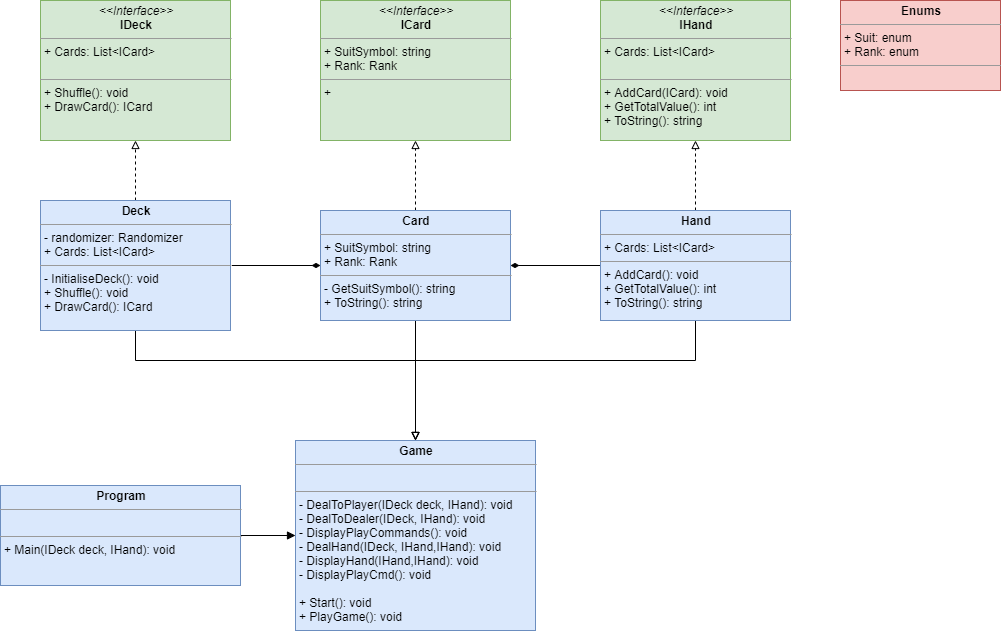
Before: blackjack.png, a diagram exported from draw.io (vssGithub/demo-game). Source tidied: cells renumbered, new cells last; positions are measured from the earlier drawing's top-left corner, leaving out a move shared by most shapes. The source it was exported from:
```xml
<mxGraphModel>
  <root>
    <mxCell id="0" />
    <mxCell id="1" parent="0" />
    <mxCell id="2" value="&lt;p style=&quot;margin: 0px ; margin-top: 4px ; text-align: center&quot;&gt;&lt;i&gt;&amp;lt;&amp;lt;Interface&amp;gt;&amp;gt;&lt;/i&gt;&lt;br&gt;&lt;b&gt;ICard&lt;/b&gt;&lt;br&gt;&lt;/p&gt;&lt;hr size=&quot;1&quot;&gt;&lt;p style=&quot;margin: 0px ; margin-left: 4px&quot;&gt;+ SuitSymbol: string&lt;br&gt;+ Rank: Rank&lt;/p&gt;&lt;hr size=&quot;1&quot;&gt;&lt;p style=&quot;margin: 0px ; margin-left: 4px&quot;&gt;+&lt;/p&gt;" style="verticalAlign=top;align=left;overflow=fill;fontSize=12;fontFamily=Helvetica;html=1;fillColor=#d5e8d4;strokeColor=#82b366;" parent="1" vertex="1">
      <mxGeometry x="320" width="190" height="140" as="geometry" />
    </mxCell>
    <mxCell id="3" value="&lt;p style=&quot;margin: 0px ; margin-top: 4px ; text-align: center&quot;&gt;&lt;i&gt;&amp;lt;&amp;lt;Interface&amp;gt;&amp;gt;&lt;/i&gt;&lt;br&gt;&lt;b&gt;IDeck&lt;/b&gt;&lt;br&gt;&lt;/p&gt;&lt;hr size=&quot;1&quot;&gt;&lt;p style=&quot;margin: 0px ; margin-left: 4px&quot;&gt;+ Cards: List&amp;lt;ICard&amp;gt;&lt;br&gt;&lt;br&gt;&lt;/p&gt;&lt;hr size=&quot;1&quot;&gt;&lt;p style=&quot;margin: 0px ; margin-left: 4px&quot;&gt;+ Shuffle(): void&lt;br&gt;+ DrawCard(): ICard&lt;/p&gt;" style="verticalAlign=top;align=left;overflow=fill;fontSize=12;fontFamily=Helvetica;html=1;fillColor=#d5e8d4;strokeColor=#82b366;" parent="1" vertex="1">
      <mxGeometry x="40" width="190" height="140" as="geometry" />
    </mxCell>
    <mxCell id="4" value="&lt;p style=&quot;margin: 0px ; margin-top: 4px ; text-align: center&quot;&gt;&lt;i&gt;&amp;lt;&amp;lt;Interface&amp;gt;&amp;gt;&lt;/i&gt;&lt;br&gt;&lt;b&gt;IHand&lt;/b&gt;&lt;br&gt;&lt;/p&gt;&lt;hr size=&quot;1&quot;&gt;&lt;p style=&quot;margin: 0px ; margin-left: 4px&quot;&gt;+ Cards: List&amp;lt;ICard&amp;gt;&lt;br&gt;&lt;br&gt;&lt;/p&gt;&lt;hr size=&quot;1&quot;&gt;&lt;p style=&quot;margin: 0px ; margin-left: 4px&quot;&gt;+ AddCard(ICard): void&lt;br&gt;+ GetTotalValue(): int&lt;/p&gt;&lt;p style=&quot;margin: 0px ; margin-left: 4px&quot;&gt;+ ToString(): string&lt;br&gt;&lt;/p&gt;" style="verticalAlign=top;align=left;overflow=fill;fontSize=12;fontFamily=Helvetica;html=1;fillColor=#d5e8d4;strokeColor=#82b366;" parent="1" vertex="1">
      <mxGeometry x="600" width="190" height="140" as="geometry" />
    </mxCell>
    <mxCell id="5" value="&lt;p style=&quot;margin: 0px ; margin-top: 4px ; text-align: center&quot;&gt;&lt;b&gt;Enums&lt;/b&gt;&lt;br&gt;&lt;/p&gt;&lt;hr size=&quot;1&quot;&gt;&lt;p style=&quot;margin: 0px ; margin-left: 4px&quot;&gt;+ Suit: enum&lt;/p&gt;&lt;p style=&quot;margin: 0px ; margin-left: 4px&quot;&gt;+ Rank: enum&lt;br&gt;&lt;/p&gt;&lt;hr size=&quot;1&quot;&gt;&lt;p style=&quot;margin: 0px ; margin-left: 4px&quot;&gt;&lt;br&gt;&lt;/p&gt;" style="verticalAlign=top;align=left;overflow=fill;fontSize=12;fontFamily=Helvetica;html=1;fillColor=#f8cecc;strokeColor=#b85450;" parent="1" vertex="1">
      <mxGeometry x="840" width="160" height="90" as="geometry" />
    </mxCell>
    <mxCell id="6" style="edgeStyle=orthogonalEdgeStyle;rounded=0;jettySize=auto;html=1;entryX=0.5;entryY=1;entryDx=0;entryDy=0;dashed=1;endArrow=block;endFill=0;" parent="1" edge="1" source="8" target="2">
      <mxGeometry relative="1" as="geometry" />
    </mxCell>
    <mxCell id="7" style="edgeStyle=orthogonalEdgeStyle;rounded=0;jettySize=auto;html=1;entryX=0.5;entryY=0;entryDx=0;entryDy=0;endArrow=block;endFill=0;strokeWidth=1;" parent="1" edge="1" source="8" target="17">
      <mxGeometry relative="1" as="geometry" />
    </mxCell>
    <mxCell id="8" value="&lt;p style=&quot;margin: 0px ; margin-top: 4px ; text-align: center&quot;&gt;&lt;b&gt;Card&lt;/b&gt;&lt;br&gt;&lt;/p&gt;&lt;hr size=&quot;1&quot;&gt;&lt;p style=&quot;margin: 0px ; margin-left: 4px&quot;&gt;+ SuitSymbol: string&lt;br&gt;+ Rank: Rank&lt;/p&gt;&lt;hr size=&quot;1&quot;&gt;&lt;p style=&quot;margin: 0px ; margin-left: 4px&quot;&gt;- GetSuitSymbol(): string&lt;/p&gt;&lt;p style=&quot;margin: 0px ; margin-left: 4px&quot;&gt;+ ToString(): string&lt;br&gt;&lt;/p&gt;" style="verticalAlign=top;align=left;overflow=fill;fontSize=12;fontFamily=Helvetica;html=1;fillColor=#dae8fc;strokeColor=#6c8ebf;" parent="1" vertex="1">
      <mxGeometry x="320" y="210" width="190" height="110" as="geometry" />
    </mxCell>
    <mxCell id="9" style="edgeStyle=orthogonalEdgeStyle;rounded=0;jettySize=auto;html=1;entryX=0.5;entryY=1;entryDx=0;entryDy=0;dashed=1;endArrow=block;endFill=0;" parent="1" edge="1" source="12" target="3">
      <mxGeometry relative="1" as="geometry" />
    </mxCell>
    <mxCell id="10" style="edgeStyle=orthogonalEdgeStyle;rounded=0;jettySize=auto;html=1;entryX=0;entryY=0.5;entryDx=0;entryDy=0;endArrow=diamondThin;endFill=1;" parent="1" edge="1" source="12" target="8">
      <mxGeometry relative="1" as="geometry" />
    </mxCell>
    <mxCell id="11" style="edgeStyle=orthogonalEdgeStyle;rounded=0;jettySize=auto;html=1;entryX=0.5;entryY=0;entryDx=0;entryDy=0;endArrow=block;endFill=0;strokeWidth=1;" parent="1" edge="1" source="12" target="17">
      <mxGeometry relative="1" as="geometry">
        <Array as="points">
          <mxPoint x="135" y="360" />
          <mxPoint x="415" y="360" />
        </Array>
      </mxGeometry>
    </mxCell>
    <mxCell id="12" value="&lt;p style=&quot;margin: 0px ; margin-top: 4px ; text-align: center&quot;&gt;&lt;b&gt;Deck&lt;/b&gt;&lt;br&gt;&lt;/p&gt;&lt;hr size=&quot;1&quot;&gt;&lt;p style=&quot;margin: 0px ; margin-left: 4px&quot;&gt;- randomizer: Randomizer&lt;br&gt;+ Cards: List&amp;lt;ICard&amp;gt;&lt;br&gt;&lt;/p&gt;&lt;hr size=&quot;1&quot;&gt;&lt;p style=&quot;margin: 0px ; margin-left: 4px&quot;&gt;- InitialiseDeck(): void&lt;/p&gt;&lt;p style=&quot;margin: 0px ; margin-left: 4px&quot;&gt;+ Shuffle(): void&lt;br&gt;&lt;/p&gt;&lt;p style=&quot;margin: 0px ; margin-left: 4px&quot;&gt;+ DrawCard(): ICard&lt;br&gt;&lt;/p&gt;" style="verticalAlign=top;align=left;overflow=fill;fontSize=12;fontFamily=Helvetica;html=1;fillColor=#dae8fc;strokeColor=#6c8ebf;" parent="1" vertex="1">
      <mxGeometry x="40" y="200" width="190" height="130" as="geometry" />
    </mxCell>
    <mxCell id="13" style="edgeStyle=orthogonalEdgeStyle;rounded=0;jettySize=auto;html=1;entryX=0.5;entryY=1;entryDx=0;entryDy=0;dashed=1;endArrow=block;endFill=0;" parent="1" edge="1" source="16" target="4">
      <mxGeometry relative="1" as="geometry" />
    </mxCell>
    <mxCell id="14" style="edgeStyle=orthogonalEdgeStyle;rounded=0;jettySize=auto;html=1;endArrow=diamondThin;endFill=1;" parent="1" edge="1" source="16" target="8">
      <mxGeometry relative="1" as="geometry" />
    </mxCell>
    <mxCell id="15" style="edgeStyle=orthogonalEdgeStyle;rounded=0;jettySize=auto;html=1;entryX=0.5;entryY=0;entryDx=0;entryDy=0;endArrow=block;endFill=0;strokeWidth=1;" parent="1" edge="1" source="16" target="17">
      <mxGeometry relative="1" as="geometry">
        <Array as="points">
          <mxPoint x="695" y="360" />
          <mxPoint x="415" y="360" />
        </Array>
      </mxGeometry>
    </mxCell>
    <mxCell id="16" value="&lt;p style=&quot;margin: 0px ; margin-top: 4px ; text-align: center&quot;&gt;&lt;b&gt;Hand&lt;/b&gt;&lt;br&gt;&lt;/p&gt;&lt;hr size=&quot;1&quot;&gt;&lt;p style=&quot;margin: 0px ; margin-left: 4px&quot;&gt;+ Cards: List&amp;lt;ICard&amp;gt;&lt;br&gt;&lt;/p&gt;&lt;hr size=&quot;1&quot;&gt;&lt;p style=&quot;margin: 0px ; margin-left: 4px&quot;&gt;+ AddCard(): void&lt;/p&gt;&lt;p style=&quot;margin: 0px ; margin-left: 4px&quot;&gt;+ GetTotalValue(): int&lt;br&gt;&lt;/p&gt;&lt;p style=&quot;margin: 0px ; margin-left: 4px&quot;&gt;+ ToString(): string&lt;br&gt;&lt;/p&gt;" style="verticalAlign=top;align=left;overflow=fill;fontSize=12;fontFamily=Helvetica;html=1;fillColor=#dae8fc;strokeColor=#6c8ebf;" parent="1" vertex="1">
      <mxGeometry x="600" y="210" width="190" height="110" as="geometry" />
    </mxCell>
    <mxCell id="17" value="&lt;p style=&quot;margin: 0px ; margin-top: 4px ; text-align: center&quot;&gt;&lt;b&gt;Game&lt;/b&gt;&lt;br&gt;&lt;/p&gt;&lt;hr size=&quot;1&quot;&gt;&lt;p style=&quot;margin: 0px ; margin-left: 4px&quot;&gt;&lt;br&gt;&lt;/p&gt;&lt;hr size=&quot;1&quot;&gt;&lt;p style=&quot;margin: 0px ; margin-left: 4px&quot;&gt;&lt;span&gt;- DealToPlayer(IDeck deck, IHand): void&lt;/span&gt;&lt;br&gt;&lt;/p&gt;&lt;p style=&quot;margin: 0px ; margin-left: 4px&quot;&gt;- DealToDealer(IDeck, IHand): void&lt;br&gt;&lt;/p&gt;&lt;p style=&quot;margin: 0px ; margin-left: 4px&quot;&gt;- DisplayPlayCommands(): void&lt;br&gt;&lt;/p&gt;&lt;p style=&quot;margin: 0px ; margin-left: 4px&quot;&gt;- DealHand(IDeck, IHand,IHand): void&lt;br&gt;&lt;/p&gt;&lt;p style=&quot;margin: 0px ; margin-left: 4px&quot;&gt;- DisplayHand(IHand,IHand): void&lt;br&gt;&lt;/p&gt;&lt;p style=&quot;margin: 0px ; margin-left: 4px&quot;&gt;- DisplayPlayCmd(): void&lt;br&gt;&lt;/p&gt;&lt;p style=&quot;margin: 0px ; margin-left: 4px&quot;&gt;&lt;br&gt;&lt;/p&gt;&lt;p style=&quot;margin: 0px ; margin-left: 4px&quot;&gt;+ Start(): void&lt;br&gt;&lt;/p&gt;&lt;p style=&quot;margin: 0px ; margin-left: 4px&quot;&gt;+ PlayGame(): void&lt;br&gt;&lt;/p&gt;" style="verticalAlign=top;align=left;overflow=fill;fontSize=12;fontFamily=Helvetica;html=1;fillColor=#dae8fc;strokeColor=#6c8ebf;" parent="1" vertex="1">
      <mxGeometry x="295" y="440" width="240" height="190" as="geometry" />
    </mxCell>
    <mxCell id="18" style="edgeStyle=orthogonalEdgeStyle;rounded=0;jettySize=auto;html=1;entryX=0;entryY=0.5;entryDx=0;entryDy=0;endArrow=block;endFill=1;strokeWidth=1;" parent="1" edge="1" source="19" target="17">
      <mxGeometry relative="1" as="geometry" />
    </mxCell>
    <mxCell id="19" value="&lt;p style=&quot;margin: 0px ; margin-top: 4px ; text-align: center&quot;&gt;&lt;b&gt;Program&lt;/b&gt;&lt;br&gt;&lt;/p&gt;&lt;hr size=&quot;1&quot;&gt;&lt;p style=&quot;margin: 0px ; margin-left: 4px&quot;&gt;&lt;br&gt;&lt;/p&gt;&lt;hr size=&quot;1&quot;&gt;&lt;p style=&quot;margin: 0px ; margin-left: 4px&quot;&gt;&lt;span&gt;+ Main(IDeck deck, IHand): void&lt;/span&gt;&lt;br&gt;&lt;/p&gt;&lt;p style=&quot;margin: 0px ; margin-left: 4px&quot;&gt;&lt;br&gt;&lt;/p&gt;" style="verticalAlign=top;align=left;overflow=fill;fontSize=12;fontFamily=Helvetica;html=1;fillColor=#dae8fc;strokeColor=#6c8ebf;" parent="1" vertex="1">
      <mxGeometry y="485" width="240" height="100" as="geometry" />
    </mxCell>
  </root>
</mxGraphModel>
```
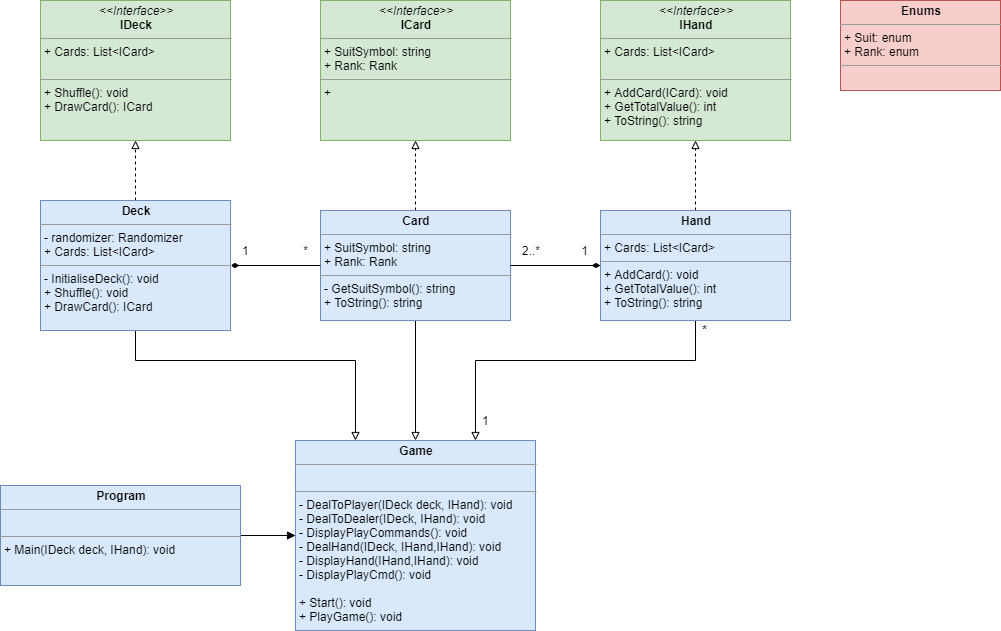
After the change.

Change to the diagram source:
```diff
@@ -26,14 +26,14 @@
     <mxCell id="9" style="edgeStyle=orthogonalEdgeStyle;rounded=0;jettySize=auto;html=1;entryX=0.5;entryY=1;entryDx=0;entryDy=0;dashed=1;endArrow=block;endFill=0;" parent="1" edge="1" source="12" target="3">
       <mxGeometry relative="1" as="geometry" />
     </mxCell>
-    <mxCell id="10" style="edgeStyle=orthogonalEdgeStyle;rounded=0;jettySize=auto;html=1;entryX=0;entryY=0.5;entryDx=0;entryDy=0;endArrow=diamondThin;endFill=1;" parent="1" edge="1" source="12" target="8">
+    <mxCell id="10" style="edgeStyle=orthogonalEdgeStyle;rounded=0;jettySize=auto;html=1;entryX=0;entryY=0.5;entryDx=0;entryDy=0;endArrow=none;endFill=0;startArrow=diamondThin;startFill=1;" parent="1" edge="1" source="12" target="8">
       <mxGeometry relative="1" as="geometry" />
     </mxCell>
-    <mxCell id="11" style="edgeStyle=orthogonalEdgeStyle;rounded=0;jettySize=auto;html=1;entryX=0.5;entryY=0;entryDx=0;entryDy=0;endArrow=block;endFill=0;strokeWidth=1;" parent="1" edge="1" source="12" target="17">
+    <mxCell id="11" style="edgeStyle=orthogonalEdgeStyle;rounded=0;jettySize=auto;html=1;entryX=0.25;entryY=0;entryDx=0;entryDy=0;endArrow=block;endFill=0;strokeWidth=1;" parent="1" edge="1" source="12" target="17">
       <mxGeometry relative="1" as="geometry">
         <Array as="points">
           <mxPoint x="135" y="360" />
-          <mxPoint x="415" y="360" />
+          <mxPoint x="355" y="360" />
         </Array>
       </mxGeometry>
     </mxCell>
@@ -43,14 +43,14 @@
     <mxCell id="13" style="edgeStyle=orthogonalEdgeStyle;rounded=0;jettySize=auto;html=1;entryX=0.5;entryY=1;entryDx=0;entryDy=0;dashed=1;endArrow=block;endFill=0;" parent="1" edge="1" source="16" target="4">
       <mxGeometry relative="1" as="geometry" />
     </mxCell>
-    <mxCell id="14" style="edgeStyle=orthogonalEdgeStyle;rounded=0;jettySize=auto;html=1;endArrow=diamondThin;endFill=1;" parent="1" edge="1" source="16" target="8">
+    <mxCell id="14" style="edgeStyle=orthogonalEdgeStyle;rounded=0;jettySize=auto;html=1;endArrow=none;endFill=0;startArrow=diamondThin;startFill=1;" parent="1" edge="1" source="16" target="8">
       <mxGeometry relative="1" as="geometry" />
     </mxCell>
-    <mxCell id="15" style="edgeStyle=orthogonalEdgeStyle;rounded=0;jettySize=auto;html=1;entryX=0.5;entryY=0;entryDx=0;entryDy=0;endArrow=block;endFill=0;strokeWidth=1;" parent="1" edge="1" source="16" target="17">
+    <mxCell id="15" style="edgeStyle=orthogonalEdgeStyle;rounded=0;jettySize=auto;html=1;entryX=0.75;entryY=0;entryDx=0;entryDy=0;endArrow=block;endFill=0;strokeWidth=1;" parent="1" edge="1" source="16" target="17">
       <mxGeometry relative="1" as="geometry">
         <Array as="points">
           <mxPoint x="695" y="360" />
-          <mxPoint x="415" y="360" />
+          <mxPoint x="475" y="360" />
         </Array>
       </mxGeometry>
     </mxCell>
@@ -66,5 +66,23 @@
     <mxCell id="19" value="&lt;p style=&quot;margin: 0px ; margin-top: 4px ; text-align: center&quot;&gt;&lt;b&gt;Program&lt;/b&gt;&lt;br&gt;&lt;/p&gt;&lt;hr size=&quot;1&quot;&gt;&lt;p style=&quot;margin: 0px ; margin-left: 4px&quot;&gt;&lt;br&gt;&lt;/p&gt;&lt;hr size=&quot;1&quot;&gt;&lt;p style=&quot;margin: 0px ; margin-left: 4px&quot;&gt;&lt;span&gt;+ Main(IDeck deck, IHand): void&lt;/span&gt;&lt;br&gt;&lt;/p&gt;&lt;p style=&quot;margin: 0px ; margin-left: 4px&quot;&gt;&lt;br&gt;&lt;/p&gt;" style="verticalAlign=top;align=left;overflow=fill;fontSize=12;fontFamily=Helvetica;html=1;fillColor=#dae8fc;strokeColor=#6c8ebf;" parent="1" vertex="1">
       <mxGeometry y="485" width="240" height="100" as="geometry" />
     </mxCell>
+    <mxCell id="20" value="1" style="text;html=1;strokeColor=none;fillColor=none;align=left;verticalAlign=middle;whiteSpace=wrap;rounded=0;" parent="1" vertex="1">
+      <mxGeometry x="240" y="240" width="20" height="20" as="geometry" />
+    </mxCell>
+    <mxCell id="21" value="*" style="text;html=1;strokeColor=none;fillColor=none;align=right;verticalAlign=middle;whiteSpace=wrap;rounded=0;" parent="1" vertex="1">
+      <mxGeometry x="290" y="240" width="20" height="20" as="geometry" />
+    </mxCell>
+    <mxCell id="22" value="1" style="text;html=1;strokeColor=none;fillColor=none;align=right;verticalAlign=middle;whiteSpace=wrap;rounded=0;" parent="1" vertex="1">
+      <mxGeometry x="570" y="240" width="20" height="20" as="geometry" />
+    </mxCell>
+    <mxCell id="23" value="2..*" style="text;html=1;strokeColor=none;fillColor=none;align=left;verticalAlign=middle;whiteSpace=wrap;rounded=0;" parent="1" vertex="1">
+      <mxGeometry x="520" y="240" width="20" height="20" as="geometry" />
+    </mxCell>
+    <mxCell id="24" value="1" style="text;html=1;strokeColor=none;fillColor=none;align=left;verticalAlign=middle;whiteSpace=wrap;rounded=0;fontSize=12;" parent="1" vertex="1">
+      <mxGeometry x="480" y="410" width="20" height="20" as="geometry" />
+    </mxCell>
+    <mxCell id="25" value="*" style="text;html=1;strokeColor=none;fillColor=none;align=left;verticalAlign=middle;whiteSpace=wrap;rounded=0;fontSize=13;" parent="1" vertex="1">
+      <mxGeometry x="700" y="320" width="20" height="20" as="geometry" />
+    </mxCell>
   </root>
 </mxGraphModel>
```
